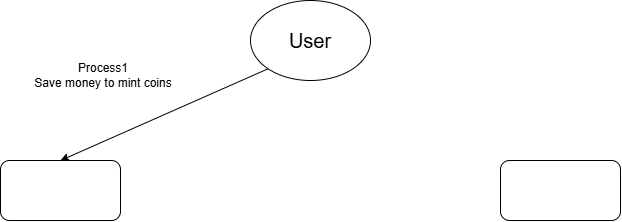
This is architecture.png from xiaomangli69-max/stablecoin-lab-2026, a draw.io export, as it was before one commit. Source tidied: cells renumbered, new cells last; positions are measured from the earlier drawing's top-left corner, leaving out a move shared by most shapes. Its diagram source:
```xml
<mxGraphModel>
  <root>
    <mxCell id="0" />
    <mxCell id="1" parent="0" />
    <mxCell id="2" value="&lt;font style=&quot;font-size: 20px;&quot;&gt;User&lt;/font&gt;" style="ellipse;whiteSpace=wrap;html=1;shapeInside=1;" parent="1" vertex="1">
      <mxGeometry x="250" width="120" height="80" as="geometry" />
    </mxCell>
    <mxCell id="3" style="rounded=1;whiteSpace=wrap;html=1;roundedPerimeter=1;" parent="1" vertex="1">
      <mxGeometry y="160" width="120" height="60" as="geometry" />
    </mxCell>
    <mxCell id="4" style="rounded=1;whiteSpace=wrap;html=1;roundedPerimeter=1;" parent="1" vertex="1">
      <mxGeometry x="500" y="160" width="120" height="60" as="geometry" />
    </mxCell>
    <mxCell id="5" style="endArrow=classic;html=1;rounded=0;exitX=0;exitY=1;exitDx=0;exitDy=0;entryX=0.5;entryY=0;entryDx=0;entryDy=0;" parent="1" edge="1" source="2" target="3">
      <mxGeometry relative="1" as="geometry" />
    </mxCell>
    <mxCell id="6" value="Process1&lt;div&gt;Save money to mint coins&lt;/div&gt;" style="text;html=1;whiteSpace=wrap;strokeColor=none;fillColor=none;align=center;verticalAlign=middle;rounded=0;" parent="1" vertex="1">
      <mxGeometry x="23" y="60" width="160" height="30" as="geometry" />
    </mxCell>
  </root>
</mxGraphModel>
```
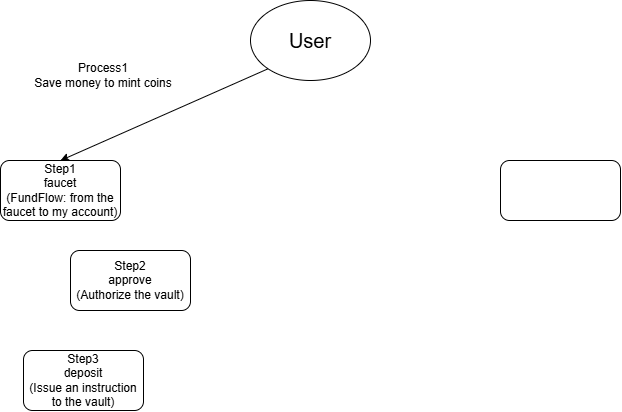
Above is the later version.

Diff of the diagram source:
```diff
@@ -5,7 +5,7 @@
     <mxCell id="2" value="&lt;font style=&quot;font-size: 20px;&quot;&gt;User&lt;/font&gt;" style="ellipse;whiteSpace=wrap;html=1;shapeInside=1;" parent="1" vertex="1">
       <mxGeometry x="250" width="120" height="80" as="geometry" />
     </mxCell>
-    <mxCell id="3" style="rounded=1;whiteSpace=wrap;html=1;roundedPerimeter=1;" parent="1" vertex="1">
+    <mxCell id="3" value="Step1&lt;div&gt;faucet&lt;/div&gt;&lt;div&gt;(FundFlow: from the faucet to my account)&lt;/div&gt;" style="rounded=1;whiteSpace=wrap;html=1;roundedPerimeter=1;" parent="1" vertex="1">
       <mxGeometry y="160" width="120" height="60" as="geometry" />
     </mxCell>
     <mxCell id="4" style="rounded=1;whiteSpace=wrap;html=1;roundedPerimeter=1;" parent="1" vertex="1">
@@ -17,5 +17,11 @@
     <mxCell id="6" value="Process1&lt;div&gt;Save money to mint coins&lt;/div&gt;" style="text;html=1;whiteSpace=wrap;strokeColor=none;fillColor=none;align=center;verticalAlign=middle;rounded=0;" parent="1" vertex="1">
       <mxGeometry x="23" y="60" width="160" height="30" as="geometry" />
     </mxCell>
+    <mxCell id="7" value="Step2&lt;div&gt;approve&lt;/div&gt;&lt;div&gt;(Authorize the vault)&lt;/div&gt;" style="rounded=1;whiteSpace=wrap;html=1;roundedPerimeter=1;" parent="1" vertex="1">
+      <mxGeometry x="70" y="250" width="120" height="60" as="geometry" />
+    </mxCell>
+    <mxCell id="8" value="Step3&lt;div&gt;deposit&lt;/div&gt;&lt;div&gt;&lt;span style=&quot;background-color: transparent; color: light-dark(rgb(0, 0, 0), rgb(255, 255, 255));&quot;&gt;(&lt;/span&gt;&lt;span style=&quot;background-color: transparent;&quot;&gt;Issue an instruction to the vault&lt;/span&gt;&lt;span style=&quot;background-color: transparent; color: light-dark(rgb(0, 0, 0), rgb(255, 255, 255));&quot;&gt;)&lt;/span&gt;&lt;/div&gt;" style="rounded=1;whiteSpace=wrap;html=1;roundedPerimeter=1;" parent="1" vertex="1">
+      <mxGeometry x="23" y="350" width="120" height="60" as="geometry" />
+    </mxCell>
   </root>
 </mxGraphModel>
```
